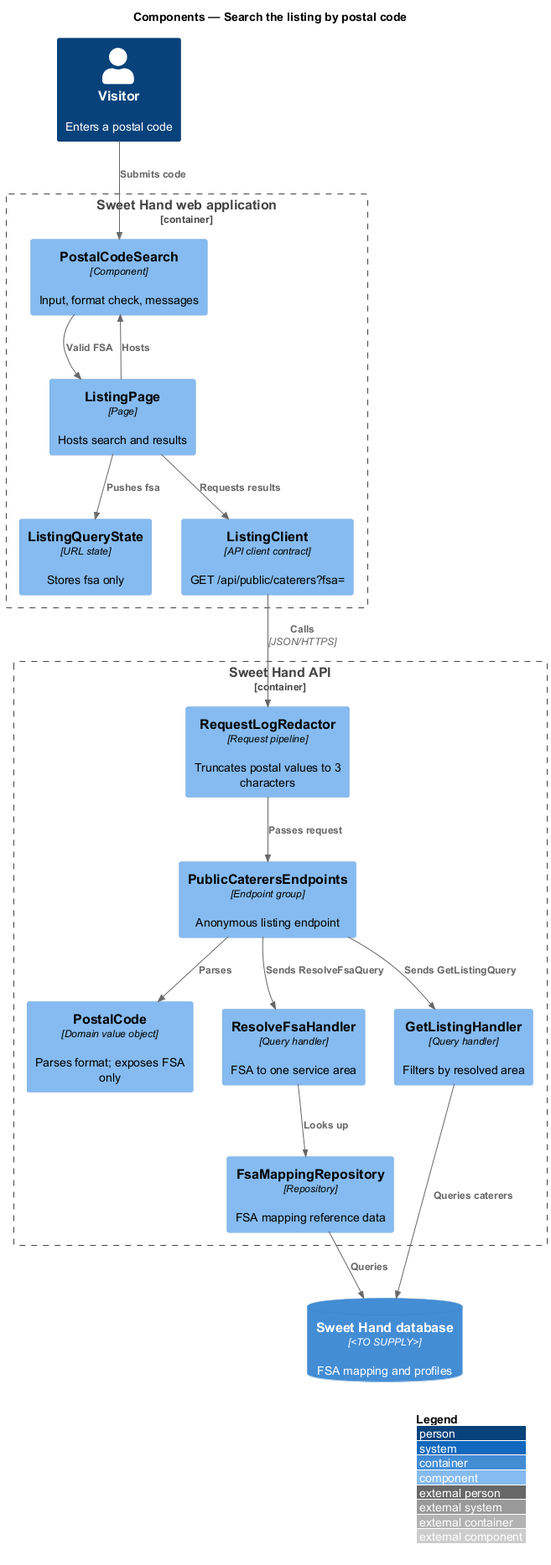
This is docs/detailed-designs/discovery/search-by-postal-code/diagrams/c4-component.png from QuinntyneBrown/sweet-hand, a PlantUML export, as it was before one commit. The source it was exported from:
```plantuml
@startuml
!include <C4/C4_Component>
LAYOUT_WITH_LEGEND()
title Components — Search the listing by postal code

Person(visitor, "Visitor", "Enters a postal code")
Container_Boundary(web, "Sweet Hand web application") {
  Component(search, "PostalCodeSearch", "Component", "Input, format check, messages")
  Component(page, "ListingPage", "Page", "Hosts search and results")
  Component(state, "ListingQueryState", "URL state", "Stores fsa only")
  Component(client, "ListingClient", "API client contract", "GET /api/public/caterers?fsa=")
}
Container_Boundary(api, "Sweet Hand API") {
  Component(redactor, "RequestLogRedactor", "Request pipeline", "Truncates postal values to 3 characters")
  Component(endpoints, "PublicCaterersEndpoints", "Endpoint group", "Anonymous listing endpoint")
  Component(postal, "PostalCode", "Domain value object", "Parses format; exposes FSA only")
  Component(resolve, "ResolveFsaHandler", "Query handler", "FSA to one service area")
  Component(handler, "GetListingHandler", "Query handler", "Filters by resolved area")
  Component(fsaRepo, "FsaMappingRepository", "Repository", "FSA mapping reference data")
}
ContainerDb(db, "Sweet Hand database", "<TO SUPPLY>", "FSA mapping and profiles")

Rel(visitor, search, "Submits code")
Rel(page, search, "Hosts")
Rel(search, page, "Valid FSA")
Rel(page, state, "Pushes fsa")
Rel(page, client, "Requests results")
Rel(client, redactor, "Calls", "JSON/HTTPS")
Rel(redactor, endpoints, "Passes request")
Rel(endpoints, postal, "Parses")
Rel(endpoints, resolve, "Sends ResolveFsaQuery")
Rel(resolve, fsaRepo, "Looks up")
Rel(endpoints, handler, "Sends GetListingQuery")
Rel(fsaRepo, db, "Queries")
Rel(handler, db, "Queries caterers")
@enduml
```
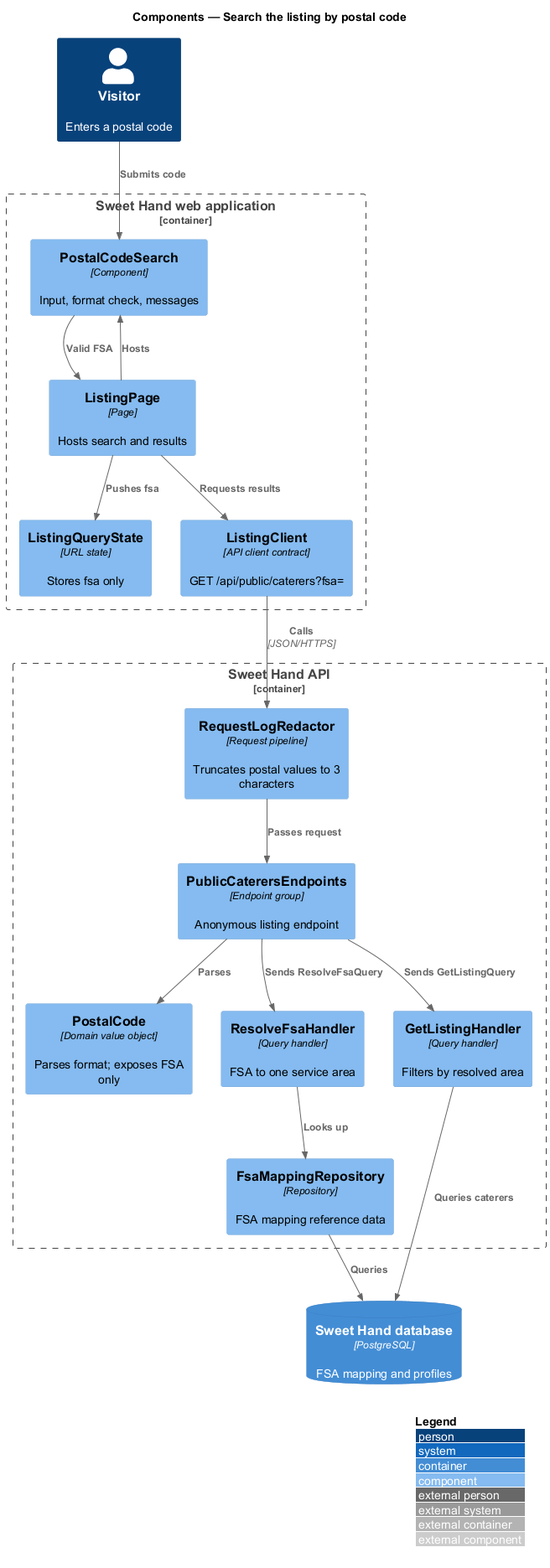
The same diagram one commit later.

Change to the diagram source:
```diff
@@ -18,7 +18,7 @@
   Component(handler, "GetListingHandler", "Query handler", "Filters by resolved area")
   Component(fsaRepo, "FsaMappingRepository", "Repository", "FSA mapping reference data")
 }
-ContainerDb(db, "Sweet Hand database", "<TO SUPPLY>", "FSA mapping and profiles")
+ContainerDb(db, "Sweet Hand database", "PostgreSQL", "FSA mapping and profiles")
 
 Rel(visitor, search, "Submits code")
 Rel(page, search, "Hosts")
```
